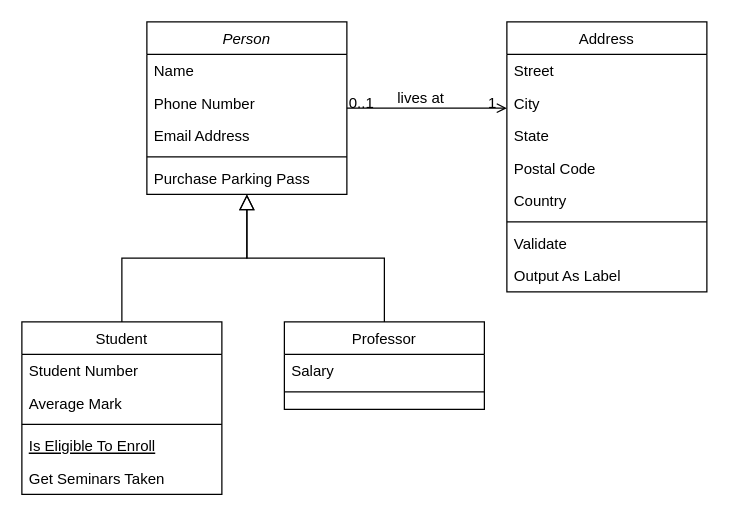
This is Untitled Diagram.drawio from justbru/SpotifyBPM, a draw.io file, before an edit. Source tidied: cells renumbered, new cells numbered last; positions are measured from the earlier drawing's top-left corner, leaving out a move shared by most shapes. Both pictures are drawn from the tidied source at 125%, with x=0, y=0 at pixel (21, 21).
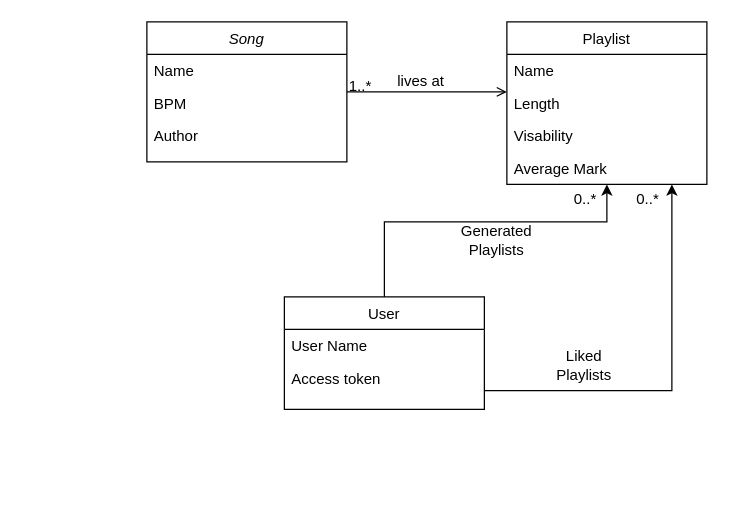
The same page after the edit.

Commit message:
made class diagram uml

The change refers to these unchanged cells:
```xml
<mxCell id="28" style="endArrow=open;shadow=0;strokeWidth=1;rounded=0;endFill=1;edgeStyle=elbowEdgeStyle;elbow=vertical;" parent="1" edge="1" source="2" target="19">
  <mxGeometry x="0.5" y="41" relative="1" as="geometry">
    <mxPoint x="-40" y="32" as="offset" />
  </mxGeometry>
</mxCell>
```

What changed in the source:
```diff
@@
-    <mxCell id="2" value="Person" style="swimlane;fontStyle=2;align=center;verticalAlign=top;horizontal=1;startSize=26;rounded=0;shadow=0;strokeWidth=1;" parent="1" vertex="1">
-      <mxGeometry x="100" width="160" height="138" as="geometry" />
+    <mxCell id="2" value="Song" style="swimlane;fontStyle=2;align=center;verticalAlign=top;horizontal=1;startSize=26;rounded=0;shadow=0;strokeWidth=1;" parent="1" vertex="1">
+      <mxGeometry x="100" width="160" height="112" as="geometry" />
     </mxCell>
@@
-    <mxCell id="4" value="Phone Number" style="text;align=left;verticalAlign=top;spacingLeft=4;spacingRight=4;overflow=hidden;rounded=0;shadow=0;html=0;" parent="2" vertex="1">
+    <mxCell id="4" value="BPM" style="text;align=left;verticalAlign=top;spacingLeft=4;spacingRight=4;overflow=hidden;rounded=0;shadow=0;html=0;" parent="2" vertex="1">
       <mxGeometry y="52" width="160" height="26" as="geometry" />
     </mxCell>
-    <mxCell id="5" value="Email Address" style="text;align=left;verticalAlign=top;spacingLeft=4;spacingRight=4;overflow=hidden;rounded=0;shadow=0;html=0;" parent="2" vertex="1">
+    <mxCell id="5" value="Author" style="text;align=left;verticalAlign=top;spacingLeft=4;spacingRight=4;overflow=hidden;rounded=0;shadow=0;html=0;" parent="2" vertex="1">
       <mxGeometry y="78" width="160" height="26" as="geometry" />
     </mxCell>
-    <mxCell id="6" style="line;html=1;strokeWidth=1;align=left;verticalAlign=middle;spacingTop=-1;spacingLeft=3;spacingRight=3;labelPosition=right;" parent="2" vertex="1">
-      <mxGeometry y="104" width="160" height="8" as="geometry" />
-    </mxCell>
-    <mxCell id="7" value="Purchase Parking Pass" style="text;align=left;verticalAlign=top;spacingLeft=4;spacingRight=4;overflow=hidden;" parent="2" vertex="1">
-      <mxGeometry y="112" width="160" height="26" as="geometry" />
-    </mxCell>
+    <mxCell id="32" style="edgeStyle=orthogonalEdgeStyle;rounded=0;jettySize=auto;html=1;entryX=0.5;entryY=1;entryDx=0;entryDy=0;" parent="1" edge="1" source="8" target="19">
+      <mxGeometry relative="1" as="geometry">
+        <Array as="points">
+          <mxPoint x="290" y="160" />
+          <mxPoint x="468" y="160" />
+        </Array>
+      </mxGeometry>
+    </mxCell>
-    <mxCell id="8" value="Student" style="swimlane;fontStyle=0;align=center;verticalAlign=top;horizontal=1;startSize=26;rounded=0;shadow=0;strokeWidth=1;" parent="1" vertex="1">
-      <mxGeometry y="240" width="160" height="138" as="geometry" />
+    <mxCell id="8" value="User" style="swimlane;fontStyle=0;align=center;verticalAlign=top;horizontal=1;startSize=26;rounded=0;shadow=0;strokeWidth=1;" parent="1" vertex="1">
+      <mxGeometry x="210" y="220" width="160" height="90" as="geometry" />
     </mxCell>
-    <mxCell id="9" value="Student Number" style="text;align=left;verticalAlign=top;spacingLeft=4;spacingRight=4;overflow=hidden;" parent="8" vertex="1">
+    <mxCell id="9" value="User Name" style="text;align=left;verticalAlign=top;spacingLeft=4;spacingRight=4;overflow=hidden;" parent="8" vertex="1">
       <mxGeometry y="26" width="160" height="26" as="geometry" />
     </mxCell>
-    <mxCell id="10" value="Average Mark" style="text;align=left;verticalAlign=top;spacingLeft=4;spacingRight=4;overflow=hidden;points=[[0,0.5],[1,0.5]];portConstraint=eastwest;rounded=0;shadow=0;html=0;" parent="8" vertex="1">
-      <mxGeometry y="52" width="160" height="26" as="geometry" />
-    </mxCell>
-    <mxCell id="11" style="line;html=1;strokeWidth=1;align=left;verticalAlign=middle;spacingTop=-1;spacingLeft=3;spacingRight=3;labelPosition=right;" parent="8" vertex="1">
-      <mxGeometry y="78" width="160" height="8" as="geometry" />
-    </mxCell>
-    <mxCell id="12" value="Is Eligible To Enroll" style="text;align=left;verticalAlign=top;spacingLeft=4;spacingRight=4;overflow=hidden;fontStyle=4;" parent="8" vertex="1">
-      <mxGeometry y="86" width="160" height="26" as="geometry" />
-    </mxCell>
-    <mxCell id="13" value="Get Seminars Taken" style="text;align=left;verticalAlign=top;spacingLeft=4;spacingRight=4;overflow=hidden;" parent="8" vertex="1">
-      <mxGeometry y="112" width="160" height="26" as="geometry" />
+    <mxCell id="13" value="Access token" style="text;align=left;verticalAlign=top;spacingLeft=4;spacingRight=4;overflow=hidden;" parent="8" vertex="1">
+      <mxGeometry y="52" width="160" height="26" as="geometry" />
     </mxCell>
-    <mxCell id="14" style="endArrow=block;endSize=10;endFill=0;shadow=0;strokeWidth=1;rounded=0;edgeStyle=elbowEdgeStyle;elbow=vertical;" parent="1" edge="1" source="8" target="2">
-      <mxGeometry relative="1" as="geometry" />
-    </mxCell>
-    <mxCell id="15" value="Professor" style="swimlane;fontStyle=0;align=center;verticalAlign=top;horizontal=1;startSize=26;rounded=0;shadow=0;strokeWidth=1;" parent="1" vertex="1">
-      <mxGeometry x="210" y="240" width="160" height="70" as="geometry" />
-    </mxCell>
-    <mxCell id="16" value="Salary" style="text;align=left;verticalAlign=top;spacingLeft=4;spacingRight=4;overflow=hidden;" parent="15" vertex="1">
-      <mxGeometry y="26" width="160" height="26" as="geometry" />
-    </mxCell>
-    <mxCell id="17" style="line;html=1;strokeWidth=1;align=left;verticalAlign=middle;spacingTop=-1;spacingLeft=3;spacingRight=3;labelPosition=right;" parent="15" vertex="1">
-      <mxGeometry y="52" width="160" height="8" as="geometry" />
-    </mxCell>
-    <mxCell id="18" style="endArrow=block;endSize=10;endFill=0;shadow=0;strokeWidth=1;rounded=0;edgeStyle=elbowEdgeStyle;elbow=vertical;" parent="1" edge="1" source="15" target="2">
-      <mxGeometry relative="1" as="geometry" />
-    </mxCell>
-    <mxCell id="19" value="Address" style="swimlane;fontStyle=0;align=center;verticalAlign=top;horizontal=1;startSize=26;rounded=0;shadow=0;strokeWidth=1;" parent="1" vertex="1">
-      <mxGeometry x="388" width="160" height="216" as="geometry" />
+    <mxCell id="19" value="Playlist" style="swimlane;fontStyle=0;align=center;verticalAlign=top;horizontal=1;startSize=26;rounded=0;shadow=0;strokeWidth=1;" parent="1" vertex="1">
+      <mxGeometry x="388" width="160" height="130" as="geometry" />
     </mxCell>
-    <mxCell id="20" value="Street" style="text;align=left;verticalAlign=top;spacingLeft=4;spacingRight=4;overflow=hidden;" parent="19" vertex="1">
+    <mxCell id="20" value="Name" style="text;align=left;verticalAlign=top;spacingLeft=4;spacingRight=4;overflow=hidden;" parent="19" vertex="1">
       <mxGeometry y="26" width="160" height="26" as="geometry" />
     </mxCell>
-    <mxCell id="21" value="City" style="text;align=left;verticalAlign=top;spacingLeft=4;spacingRight=4;overflow=hidden;rounded=0;shadow=0;html=0;" parent="19" vertex="1">
+    <mxCell id="21" value="Length" style="text;align=left;verticalAlign=top;spacingLeft=4;spacingRight=4;overflow=hidden;rounded=0;shadow=0;html=0;" parent="19" vertex="1">
       <mxGeometry y="52" width="160" height="26" as="geometry" />
     </mxCell>
-    <mxCell id="22" value="State" style="text;align=left;verticalAlign=top;spacingLeft=4;spacingRight=4;overflow=hidden;rounded=0;shadow=0;html=0;" parent="19" vertex="1">
-      <mxGeometry y="78" width="160" height="26" as="geometry" />
-    </mxCell>
-    <mxCell id="23" value="Postal Code" style="text;align=left;verticalAlign=top;spacingLeft=4;spacingRight=4;overflow=hidden;rounded=0;shadow=0;html=0;" parent="19" vertex="1">
-      <mxGeometry y="104" width="160" height="26" as="geometry" />
+    <mxCell id="23" value="Visability" style="text;align=left;verticalAlign=top;spacingLeft=4;spacingRight=4;overflow=hidden;rounded=0;shadow=0;html=0;" parent="19" vertex="1">
+      <mxGeometry y="78" width="160" height="26" as="geometry" />
     </mxCell>
-    <mxCell id="24" value="Country" style="text;align=left;verticalAlign=top;spacingLeft=4;spacingRight=4;overflow=hidden;rounded=0;shadow=0;html=0;" parent="19" vertex="1">
-      <mxGeometry y="130" width="160" height="26" as="geometry" />
-    </mxCell>
-    <mxCell id="25" style="line;html=1;strokeWidth=1;align=left;verticalAlign=middle;spacingTop=-1;spacingLeft=3;spacingRight=3;labelPosition=right;" parent="19" vertex="1">
-      <mxGeometry y="156" width="160" height="8" as="geometry" />
-    </mxCell>
-    <mxCell id="26" value="Validate" style="text;align=left;verticalAlign=top;spacingLeft=4;spacingRight=4;overflow=hidden;" parent="19" vertex="1">
-      <mxGeometry y="164" width="160" height="26" as="geometry" />
-    </mxCell>
-    <mxCell id="27" value="Output As Label" style="text;align=left;verticalAlign=top;spacingLeft=4;spacingRight=4;overflow=hidden;" parent="19" vertex="1">
-      <mxGeometry y="190" width="160" height="26" as="geometry" />
-    </mxCell>
+    <mxCell id="10" value="Average Mark" style="text;align=left;verticalAlign=top;spacingLeft=4;spacingRight=4;overflow=hidden;points=[[0,0.5],[1,0.5]];portConstraint=eastwest;rounded=0;shadow=0;html=0;" parent="19" vertex="1">
+      <mxGeometry y="104" width="160" height="26" as="geometry" />
+    </mxCell>
@@
-    <mxCell id="29" value="0..1" style="align=left;verticalAlign=bottom;labelBackgroundColor=none;fontSize=12;" parent="28" vertex="1">
+    <mxCell id="29" value="1..*" style="align=left;verticalAlign=bottom;labelBackgroundColor=none;fontSize=12;" parent="28" vertex="1">
       <mxGeometry x="-1" relative="1" as="geometry">
         <mxPoint y="4" as="offset" />
       </mxGeometry>
     </mxCell>
-    <mxCell id="30" value="1" style="align=right;verticalAlign=bottom;labelBackgroundColor=none;fontSize=12;" parent="28" vertex="1">
-      <mxGeometry x="1" relative="1" as="geometry">
-        <mxPoint x="-7" y="4" as="offset" />
-      </mxGeometry>
-    </mxCell>
@@
+    <mxCell id="33" style="edgeStyle=orthogonalEdgeStyle;rounded=0;jettySize=auto;html=1;" parent="1" edge="1" target="10">
+      <mxGeometry relative="1" as="geometry">
+        <mxPoint x="370" y="295" as="sourcePoint" />
+        <Array as="points">
+          <mxPoint x="520" y="295" />
+        </Array>
+      </mxGeometry>
+    </mxCell>
+    <mxCell id="34" value="Liked Playlists" style="text;html=1;strokeColor=none;fillColor=none;align=center;verticalAlign=middle;whiteSpace=wrap;rounded=0;" parent="1" vertex="1">
+      <mxGeometry x="420" y="260" width="60" height="30" as="geometry" />
+    </mxCell>
+    <mxCell id="35" value="0..*" style="align=left;verticalAlign=bottom;labelBackgroundColor=none;fontSize=12;" parent="1" vertex="1">
+      <mxGeometry x="490" y="150" as="geometry" />
+    </mxCell>
+    <mxCell id="36" value="Generated Playlists" style="text;html=1;strokeColor=none;fillColor=none;align=center;verticalAlign=middle;whiteSpace=wrap;rounded=0;" parent="1" vertex="1">
+      <mxGeometry x="350" y="160" width="60" height="30" as="geometry" />
+    </mxCell>
+    <mxCell id="37" value="0..*" style="align=left;verticalAlign=bottom;labelBackgroundColor=none;fontSize=12;" parent="1" vertex="1">
+      <mxGeometry x="440" y="150" as="geometry" />
+    </mxCell>
```
